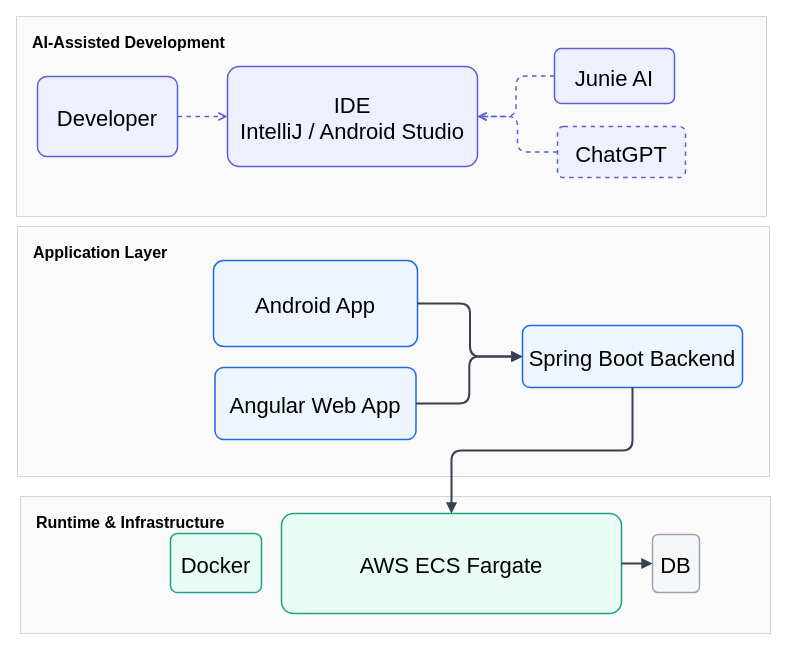
This is doc/ai/presentation/files/input/architecture_overview.drawio from JuergGood/angularai, a draw.io file, before an edit. Source tidied: cells renumbered, new cells numbered last; positions are measured from the earlier drawing's top-left corner, leaving out a move shared by most shapes. Both pictures are drawn from the tidied source at 100%, with x=0, y=0 at pixel (16, 16).
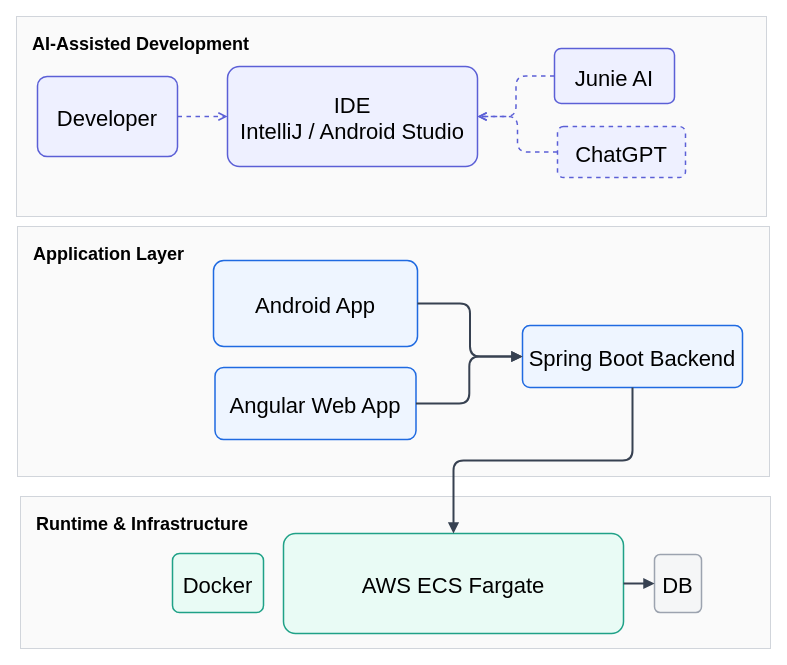
Above is the later version.

The change refers to these unchanged cells:
```xml
<mxCell id="6" value="IDE&#10;IntelliJ / Android Studio" style="rounded=1;arcSize=12;fillColor=#EEF0FF;strokeColor=#5B5FD6;strokeWidth=1.5;fontSize=22;" parent="1" vertex="1">
  <mxGeometry x="211" y="50" width="250" height="100" as="geometry" />
</mxCell>
<mxCell id="7" value="Junie AI" style="rounded=1;arcSize=12;fillColor=#EEF0FF;strokeColor=#5B5FD6;strokeWidth=1.5;fontSize=22;" parent="1" vertex="1">
  <mxGeometry x="538" y="32" width="120" height="55" as="geometry" />
</mxCell>
```

The edit, as a diff of the source:
```diff
@@
-    <mxCell id="2" value="AI-Assisted Development" style="rounded=0;fillColor=#FAFAFA;strokeColor=#D1D5DB;strokeWidth=1;fontSize=16;fontStyle=1;align=left;verticalAlign=top;spacingLeft=14;spacingTop=10;" parent="1" vertex="1">
+    <mxCell id="2" value="AI-Assisted Development" style="rounded=0;fillColor=#FAFAFA;strokeColor=#D1D5DB;strokeWidth=1;fontSize=18;fontStyle=1;align=left;verticalAlign=top;spacingLeft=14;spacingTop=10;" parent="1" vertex="1">
       <mxGeometry width="750" height="200" as="geometry" />
     </mxCell>
-    <mxCell id="3" value="Application Layer" style="rounded=0;fillColor=#FAFAFA;strokeColor=#D1D5DB;strokeWidth=1;fontSize=16;fontStyle=1;align=left;verticalAlign=top;spacingLeft=14;spacingTop=10;" parent="1" vertex="1">
+    <mxCell id="3" value="Application Layer" style="rounded=0;fillColor=#FAFAFA;strokeColor=#D1D5DB;strokeWidth=1;fontSize=18;fontStyle=1;align=left;verticalAlign=top;spacingLeft=14;spacingTop=10;" parent="1" vertex="1">
       <mxGeometry x="1" y="210" width="752" height="250" as="geometry" />
     </mxCell>
-    <mxCell id="4" value="Runtime &amp; Infrastructure" style="rounded=0;fillColor=#FAFAFA;strokeColor=#D1D5DB;strokeWidth=1;fontSize=16;fontStyle=1;align=left;verticalAlign=top;spacingLeft=14;spacingTop=10;" parent="1" vertex="1">
-      <mxGeometry x="4" y="480" width="750" height="137" as="geometry" />
+    <mxCell id="4" value="Runtime &amp; Infrastructure" style="rounded=0;fillColor=#FAFAFA;strokeColor=#D1D5DB;strokeWidth=1;fontSize=18;fontStyle=1;align=left;verticalAlign=top;spacingLeft=14;spacingTop=10;" parent="1" vertex="1">
+      <mxGeometry x="4" y="480" width="750" height="152" as="geometry" />
     </mxCell>
@@
     <mxCell id="12" value="Docker" style="rounded=1;arcSize=12;fillColor=#E9FBF5;strokeColor=#1FA187;strokeWidth=1.5;fontSize=22;" parent="1" vertex="1">
-      <mxGeometry x="154" y="517" width="91" height="59" as="geometry" />
+      <mxGeometry x="156" y="537" width="91" height="59" as="geometry" />
     </mxCell>
     <mxCell id="13" value="AWS ECS Fargate" style="rounded=1;arcSize=12;fillColor=#E9FBF5;strokeColor=#1FA187;strokeWidth=1.5;fontSize=22;" parent="1" vertex="1">
-      <mxGeometry x="265" y="497" width="340" height="100" as="geometry" />
+      <mxGeometry x="267" y="517" width="340" height="100" as="geometry" />
     </mxCell>
     <mxCell id="14" value="DB" style="rounded=1;arcSize=12;fillColor=#F5F6F7;strokeColor=#9CA3AF;strokeWidth=1.5;fontSize=22;" parent="1" vertex="1">
-      <mxGeometry x="636" y="518" width="47" height="58" as="geometry" />
+      <mxGeometry x="638" y="538" width="47" height="58" as="geometry" />
     </mxCell>
@@
-    <mxCell id="16" style="edgeStyle=orthogonalEdgeStyle;dashed=1;strokeWidth=1.5;strokeColor=#5B5FD6;endArrow=open;fontSize=22;" parent="1" edge="1" source="7" target="6">
+    <mxCell id="16" style="edgeStyle=orthogonalEdgeStyle;dashed=1;strokeWidth=1.5;strokeColor=#5B5FD6;endArrow=open;fontSize=22;rounded=1;curved=0;" parent="1" edge="1" source="7" target="6">
       <mxGeometry relative="1" as="geometry" />
     </mxCell>
```
